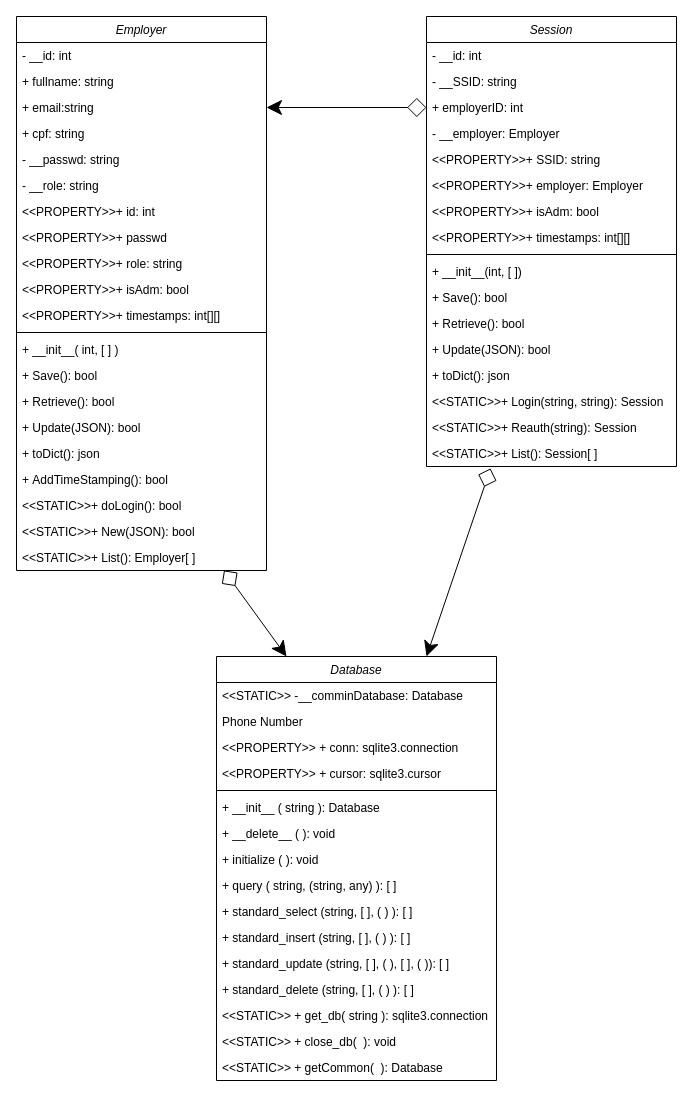
This is Unisinos_Geral/ProgOrientadaAObjetos/trabalho-gb/Diagram.drawio from williampilger/academic, a draw.io file, before an edit. Source tidied: cells renumbered, new cells numbered last; positions are measured from the earlier drawing's top-left corner, leaving out a move shared by most shapes. Both pictures are drawn from the tidied source at 100%, with x=0, y=0 at pixel (16, 16).
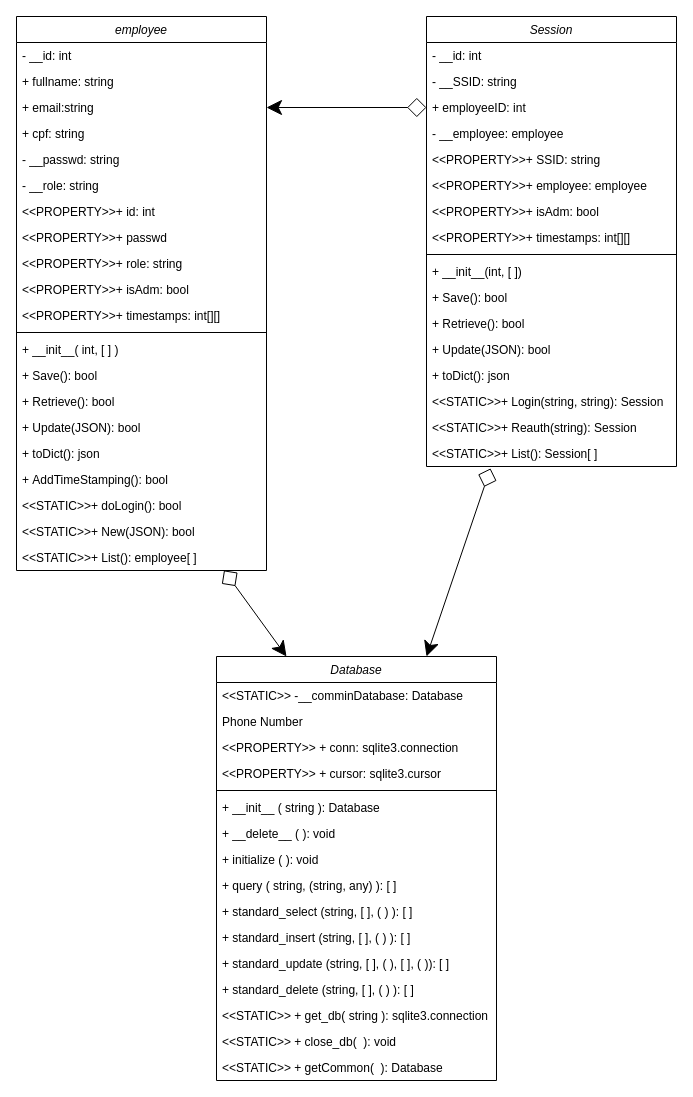
Above is the later version.

Unchanged cells that the change refers to:
```xml
<mxCell id="41" value="Session" style="swimlane;fontStyle=2;align=center;verticalAlign=top;horizontal=1;startSize=26;rounded=0;shadow=0;strokeWidth=1;" parent="1" vertex="1">
  <mxGeometry x="410" width="250" height="450" as="geometry" />
</mxCell>
```

The edit, as a diff of the source:
```diff
@@
-    <mxCell id="2" value="Employer" style="swimlane;fontStyle=2;align=center;verticalAlign=top;horizontal=1;startSize=26;rounded=0;shadow=0;strokeWidth=1;" parent="1" vertex="1">
+    <mxCell id="2" value="employee" style="swimlane;fontStyle=2;align=center;verticalAlign=top;horizontal=1;startSize=26;rounded=0;shadow=0;strokeWidth=1;" parent="1" vertex="1">
       <mxGeometry width="250" height="554" as="geometry" />
     </mxCell>
@@
-    <mxCell id="23" value="&lt;&lt;STATIC&gt;&gt;+ List(): Employer[ ]" style="text;align=left;verticalAlign=top;spacingLeft=4;spacingRight=4;overflow=hidden;points=[[0,0.5],[1,0.5]];portConstraint=eastwest;" parent="2" vertex="1">
+    <mxCell id="23" value="&lt;&lt;STATIC&gt;&gt;+ List(): employee[ ]" style="text;align=left;verticalAlign=top;spacingLeft=4;spacingRight=4;overflow=hidden;points=[[0,0.5],[1,0.5]];portConstraint=eastwest;" parent="2" vertex="1">
       <mxGeometry y="528" width="250" height="26" as="geometry" />
     </mxCell>
@@
-    <mxCell id="44" value="+ employerID: int" style="text;align=left;verticalAlign=top;spacingLeft=4;spacingRight=4;overflow=hidden;points=[[0,0.5],[1,0.5]];portConstraint=eastwest;rounded=0;shadow=0;html=0;" parent="41" vertex="1">
+    <mxCell id="44" value="+ employeeID: int" style="text;align=left;verticalAlign=top;spacingLeft=4;spacingRight=4;overflow=hidden;points=[[0,0.5],[1,0.5]];portConstraint=eastwest;rounded=0;shadow=0;html=0;" parent="41" vertex="1">
       <mxGeometry y="78" width="250" height="26" as="geometry" />
     </mxCell>
-    <mxCell id="45" value="- __employer: Employer" style="text;align=left;verticalAlign=top;spacingLeft=4;spacingRight=4;overflow=hidden;rounded=0;shadow=0;html=0;" parent="41" vertex="1">
+    <mxCell id="45" value="- __employee: employee" style="text;align=left;verticalAlign=top;spacingLeft=4;spacingRight=4;overflow=hidden;rounded=0;shadow=0;html=0;" parent="41" vertex="1">
       <mxGeometry y="104" width="250" height="26" as="geometry" />
     </mxCell>
@@
-    <mxCell id="47" value="&lt;&lt;PROPERTY&gt;&gt;+ employer: Employer" style="text;align=left;verticalAlign=top;spacingLeft=4;spacingRight=4;overflow=hidden;rounded=0;shadow=0;html=0;" parent="41" vertex="1">
+    <mxCell id="47" value="&lt;&lt;PROPERTY&gt;&gt;+ employee: employee" style="text;align=left;verticalAlign=top;spacingLeft=4;spacingRight=4;overflow=hidden;rounded=0;shadow=0;html=0;" parent="41" vertex="1">
       <mxGeometry y="156" width="250" height="26" as="geometry" />
     </mxCell>
```
